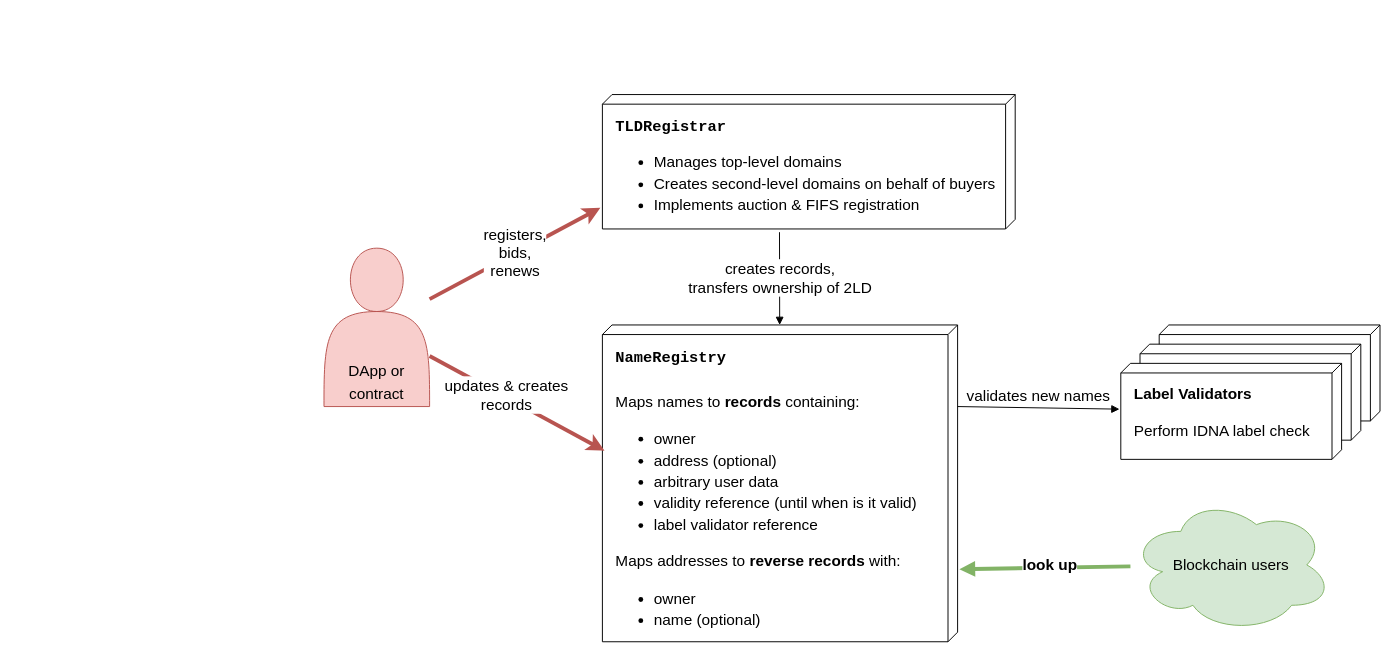
The draw.io diagram .gitbook/assets/smart_contracts.drawio in tezos-domains/docs, before the edit. Source tidied: cells renumbered, new cells numbered last; positions are measured from the earlier drawing's top-left corner, leaving out a move shared by most shapes. Both pictures are drawn from the tidied source at 96%, with x=0, y=0 at pixel (324, 94).
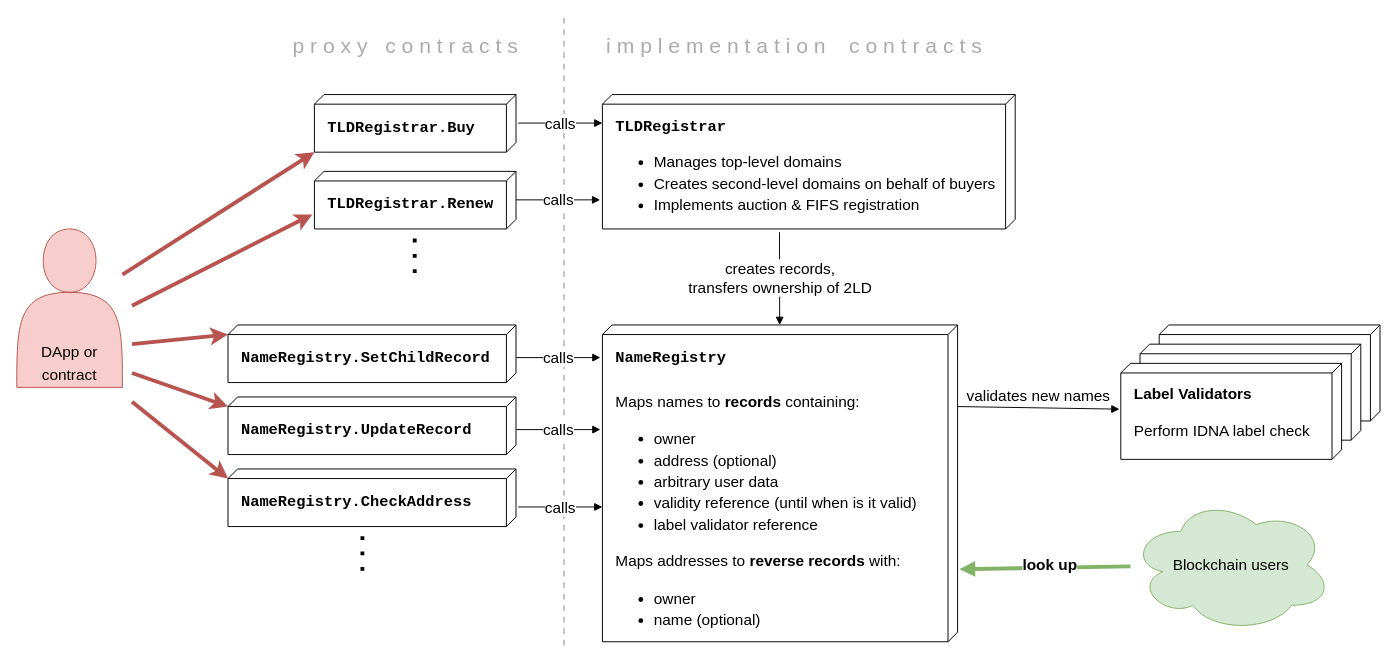
Above is the later version.

Unchanged cells that the change refers to:
```xml
<mxCell id="4" value="&lt;font style=&quot;line-height: 140%&quot;&gt;&lt;font face=&quot;Courier New&quot;&gt;&lt;b&gt;&lt;font style=&quot;font-size: 16px&quot;&gt;NameRegistry&lt;/font&gt;&lt;br style=&quot;font-size: 16px&quot;&gt;&lt;br style=&quot;font-size: 16px&quot;&gt;&lt;/b&gt;&lt;/font&gt;Maps names to &lt;b&gt;records&lt;/b&gt; containing:&lt;br&gt;&lt;ul style=&quot;font-size: 16px&quot;&gt;&lt;li&gt;&lt;font style=&quot;font-size: 16px&quot;&gt;owner&lt;/font&gt;&lt;/li&gt;&lt;li&gt;address (optional)&lt;/li&gt;&lt;li&gt;&lt;span&gt;arbitrary user data&lt;/span&gt;&lt;/li&gt;&lt;li&gt;&lt;span&gt;validity reference (until when is&amp;nbsp;&lt;/span&gt;it valid)&lt;/li&gt;&lt;li&gt;label validator reference&lt;/li&gt;&lt;/ul&gt;&lt;div&gt;Maps addresses to &lt;b&gt;reverse records&lt;/b&gt; with:&lt;br&gt;&lt;ul style=&quot;line-height: 22.4px&quot;&gt;&lt;li&gt;owner&lt;/li&gt;&lt;li&gt;name (optional)&lt;/li&gt;&lt;/ul&gt;&lt;/div&gt;&lt;/font&gt;" style="verticalAlign=top;align=left;spacingTop=16;spacingLeft=12;spacingRight=12;shape=cube;size=10;direction=south;fontStyle=0;html=1;fontSize=16;fontColor=#000000;whiteSpace=wrap;" parent="1" vertex="1">
  <mxGeometry x="290" y="240" width="370" height="330" as="geometry" />
</mxCell>
<mxCell id="7" value="&lt;font&gt;&lt;font style=&quot;font-weight: bold ; font-family: &amp;#34;courier new&amp;#34; ; font-size: 16px&quot;&gt;TLDRegistrar&lt;/font&gt;&lt;br style=&quot;font-size: 16px&quot;&gt;&lt;ul style=&quot;line-height: 140%&quot;&gt;&lt;li&gt;&lt;font&gt;Manages top-level domains&lt;/font&gt;&lt;/li&gt;&lt;li&gt;&lt;font&gt;Creates second-level domains on behalf of buyers&lt;/font&gt;&lt;/li&gt;&lt;li&gt;&lt;font&gt;Implements auction &amp;amp; FIFS registration&lt;/font&gt;&lt;/li&gt;&lt;/ul&gt;&lt;/font&gt;" style="verticalAlign=top;align=left;spacingTop=16;spacingLeft=12;spacingRight=12;shape=cube;size=10;direction=south;fontStyle=0;html=1;fontSize=16;fontColor=#000000;" parent="1" vertex="1">
  <mxGeometry x="290" width="430" height="140" as="geometry" />
</mxCell>
```

Diff of the diagram source:
```diff
@@
+    <mxCell id="14" style="endArrow=none;html=1;strokeWidth=2;fontSize=22;dashed=1;strokeColor=#C2C2C2;spacing=2;jumpSize=12;startSize=6;jumpStyle=none;endSize=6;targetPerimeterSpacing=0;" parent="1" edge="1">
+      <mxGeometry relative="1" as="geometry">
+        <mxPoint x="250" y="-80" as="sourcePoint" />
+        <mxPoint x="250" y="580" as="targetPoint" />
+      </mxGeometry>
+    </mxCell>
@@
-    <mxCell id="9" value="registers,&lt;br&gt;bids,&lt;br&gt;renews" style="rounded=0;jettySize=auto;html=1;entryX=0.843;entryY=1.005;entryDx=0;entryDy=0;entryPerimeter=0;fontSize=16;fillColor=#f8cecc;strokeColor=#b85450;strokeWidth=4;" parent="1" edge="1" source="10" target="7">
+    <mxCell id="9" style="rounded=0;jettySize=auto;html=1;fontSize=16;fillColor=#f8cecc;strokeColor=#b85450;strokeWidth=4;entryX=1;entryY=1;entryDx=0;entryDy=0;entryPerimeter=0;" parent="1" edge="1" source="10" target="25">
       <mxGeometry relative="1" as="geometry" />
     </mxCell>
     <mxCell id="10" value="&lt;font style=&quot;font-size: 20px&quot;&gt;&lt;span style=&quot;font-size: 16px&quot;&gt;DApp or contract&lt;/span&gt;&lt;/font&gt;" style="shape=actor;whiteSpace=wrap;html=1;fontSize=20;verticalAlign=bottom;fontStyle=0;fillColor=#f8cecc;strokeColor=#b85450;" parent="1" vertex="1">
-      <mxGeometry y="160" width="110" height="165" as="geometry" />
+      <mxGeometry x="-320" y="140" width="110" height="165" as="geometry" />
     </mxCell>
-    <mxCell id="11" value="updates &amp;amp; creates&lt;br&gt;records" style="rounded=0;jettySize=auto;html=1;entryX=0.397;entryY=0.994;entryDx=0;entryDy=0;entryPerimeter=0;fontSize=16;fillColor=#f8cecc;strokeColor=#b85450;strokeWidth=4;" parent="1" edge="1" source="10" target="4">
+    <mxCell id="11" style="rounded=0;jettySize=auto;html=1;entryX=0;entryY=0;entryDx=10;entryDy=300;entryPerimeter=0;fontSize=16;fillColor=#f8cecc;strokeColor=#b85450;strokeWidth=4;" parent="1" edge="1" target="15">
       <mxGeometry x="-0.14" y="2" relative="1" as="geometry">
+        <mxPoint x="-200" y="260" as="sourcePoint" />
         <mxPoint x="1" as="offset" />
       </mxGeometry>
     </mxCell>
@@
+    <mxCell id="15" value="&lt;font style=&quot;line-height: 140%&quot;&gt;&lt;font face=&quot;Courier New&quot;&gt;&lt;b&gt;&lt;font style=&quot;font-size: 16px&quot;&gt;NameRegistry.SetChildRecord&lt;/font&gt;&lt;/b&gt;&lt;/font&gt;&lt;/font&gt;" style="verticalAlign=top;align=left;spacingTop=16;spacingLeft=12;spacingRight=12;shape=cube;size=10;direction=south;fontStyle=0;html=1;fontSize=16;fontColor=#000000;whiteSpace=wrap;" parent="1" vertex="1">
+      <mxGeometry x="-100" y="240" width="300" height="60" as="geometry" />
+    </mxCell>
+    <mxCell id="16" value="calls" style="html=1;verticalAlign=middle;endArrow=block;fontSize=16;fontColor=#000000;strokeWidth=1;exitX=0.567;exitY=-0.001;exitDx=0;exitDy=0;exitPerimeter=0;" parent="1" edge="1" source="15">
+      <mxGeometry relative="1" as="geometry">
+        <mxPoint x="288" y="274" as="targetPoint" />
+      </mxGeometry>
+    </mxCell>
+    <mxCell id="17" value="&lt;font style=&quot;line-height: 140%&quot;&gt;&lt;font face=&quot;Courier New&quot;&gt;&lt;b&gt;&lt;font style=&quot;font-size: 16px&quot;&gt;NameRegistry.UpdateRecord&lt;/font&gt;&lt;/b&gt;&lt;/font&gt;&lt;/font&gt;" style="verticalAlign=top;align=left;spacingTop=16;spacingLeft=12;spacingRight=12;shape=cube;size=10;direction=south;fontStyle=0;html=1;fontSize=16;fontColor=#000000;whiteSpace=wrap;" parent="1" vertex="1">
+      <mxGeometry x="-100" y="315" width="300" height="60" as="geometry" />
+    </mxCell>
+    <mxCell id="18" value="calls" style="html=1;verticalAlign=middle;endArrow=block;fontSize=16;fontColor=#000000;strokeWidth=1;exitX=0.567;exitY=-0.001;exitDx=0;exitDy=0;exitPerimeter=0;" parent="1" edge="1" source="17">
+      <mxGeometry relative="1" as="geometry">
+        <mxPoint x="288" y="349" as="targetPoint" />
+      </mxGeometry>
+    </mxCell>
+    <mxCell id="19" style="endArrow=none;dashed=1;html=1;dashPattern=1 3;strokeWidth=4;" parent="1" edge="1">
+      <mxGeometry relative="1" as="geometry">
+        <mxPoint x="40" y="460" as="sourcePoint" />
+        <mxPoint x="40" y="500" as="targetPoint" />
+      </mxGeometry>
+    </mxCell>
+    <mxCell id="20" value="&lt;font style=&quot;line-height: 140%&quot;&gt;&lt;font face=&quot;Courier New&quot;&gt;&lt;b&gt;&lt;font style=&quot;font-size: 16px&quot;&gt;NameRegistry.CheckAddress&lt;/font&gt;&lt;/b&gt;&lt;/font&gt;&lt;/font&gt;" style="verticalAlign=top;align=left;spacingTop=16;spacingLeft=12;spacingRight=12;shape=cube;size=10;direction=south;fontStyle=0;html=1;fontSize=16;fontColor=#000000;whiteSpace=wrap;" parent="1" vertex="1">
+      <mxGeometry x="-100" y="390" width="300" height="60" as="geometry" />
+    </mxCell>
+    <mxCell id="21" value="calls" style="html=1;verticalAlign=middle;endArrow=block;fontSize=16;fontColor=#000000;strokeWidth=1;exitX=0.567;exitY=-0.001;exitDx=0;exitDy=0;exitPerimeter=0;" parent="1" edge="1">
+      <mxGeometry relative="1" as="geometry">
+        <mxPoint x="202.3" y="429.6" as="sourcePoint" />
+        <mxPoint x="290" y="429.6" as="targetPoint" />
+      </mxGeometry>
+    </mxCell>
+    <mxCell id="22" style="rounded=0;jettySize=auto;html=1;entryX=0;entryY=0;entryDx=10;entryDy=300;entryPerimeter=0;fontSize=16;fillColor=#f8cecc;strokeColor=#b85450;strokeWidth=4;" parent="1" edge="1" target="17">
+      <mxGeometry x="-0.14" y="2" relative="1" as="geometry">
+        <mxPoint x="-200" y="290" as="sourcePoint" />
+        <mxPoint x="1" as="offset" />
+      </mxGeometry>
+    </mxCell>
+    <mxCell id="23" style="rounded=0;jettySize=auto;html=1;entryX=0;entryY=0;entryDx=10;entryDy=300;entryPerimeter=0;fontSize=16;fillColor=#f8cecc;strokeColor=#b85450;strokeWidth=4;" parent="1" edge="1" target="20">
+      <mxGeometry x="-0.14" y="2" relative="1" as="geometry">
+        <mxPoint x="-200" y="320" as="sourcePoint" />
+        <mxPoint x="1" as="offset" />
+      </mxGeometry>
+    </mxCell>
+    <mxCell id="24" value="&lt;font style=&quot;line-height: 140%&quot;&gt;&lt;font face=&quot;Courier New&quot;&gt;&lt;b&gt;&lt;font style=&quot;font-size: 16px&quot;&gt;TLDRegistrar.Renew&lt;/font&gt;&lt;/b&gt;&lt;/font&gt;&lt;/font&gt;" style="verticalAlign=top;align=left;spacingTop=16;spacingLeft=12;spacingRight=12;shape=cube;size=10;direction=south;fontStyle=0;html=1;fontSize=16;fontColor=#000000;whiteSpace=wrap;" parent="1" vertex="1">
+      <mxGeometry x="-10" y="80" width="210" height="60" as="geometry" />
+    </mxCell>
+    <mxCell id="25" value="&lt;font style=&quot;line-height: 140%&quot;&gt;&lt;font face=&quot;Courier New&quot;&gt;&lt;b&gt;&lt;font style=&quot;font-size: 16px&quot;&gt;TLDRegistrar.Buy&lt;/font&gt;&lt;/b&gt;&lt;/font&gt;&lt;/font&gt;" style="verticalAlign=top;align=left;spacingTop=16;spacingLeft=12;spacingRight=12;shape=cube;size=10;direction=south;fontStyle=0;html=1;fontSize=16;fontColor=#000000;whiteSpace=wrap;" parent="1" vertex="1">
+      <mxGeometry x="-10" width="210" height="60" as="geometry" />
+    </mxCell>
+    <mxCell id="26" style="rounded=0;jettySize=auto;html=1;fontSize=16;fillColor=#f8cecc;strokeColor=#b85450;strokeWidth=4;entryX=0.747;entryY=1.01;entryDx=0;entryDy=0;entryPerimeter=0;" parent="1" edge="1" target="24">
+      <mxGeometry relative="1" as="geometry">
+        <mxPoint x="-200" y="220" as="sourcePoint" />
+      </mxGeometry>
+    </mxCell>
+    <mxCell id="27" style="endArrow=none;dashed=1;html=1;dashPattern=1 3;strokeWidth=4;" parent="1" edge="1">
+      <mxGeometry relative="1" as="geometry">
+        <mxPoint x="94.5" y="150" as="sourcePoint" />
+        <mxPoint x="94.5" y="190" as="targetPoint" />
+      </mxGeometry>
+    </mxCell>
+    <mxCell id="28" value="calls" style="html=1;verticalAlign=middle;endArrow=block;fontSize=16;fontColor=#000000;strokeWidth=1;exitX=0.567;exitY=-0.001;exitDx=0;exitDy=0;exitPerimeter=0;" parent="1" edge="1">
+      <mxGeometry relative="1" as="geometry">
+        <mxPoint x="202.3" y="29.7" as="sourcePoint" />
+        <mxPoint x="290" y="29.7" as="targetPoint" />
+      </mxGeometry>
+    </mxCell>
+    <mxCell id="29" value="calls" style="html=1;verticalAlign=middle;endArrow=block;fontSize=16;fontColor=#000000;strokeWidth=1;exitX=0.567;exitY=-0.001;exitDx=0;exitDy=0;exitPerimeter=0;" parent="1" edge="1">
+      <mxGeometry relative="1" as="geometry">
+        <mxPoint x="200" y="109.7" as="sourcePoint" />
+        <mxPoint x="287.7" y="109.7" as="targetPoint" />
+      </mxGeometry>
+    </mxCell>
+    <mxCell id="30" value="p r o x y&amp;nbsp; &amp;nbsp;c o n t r a c t s" style="text;html=1;strokeColor=none;fillColor=none;align=center;verticalAlign=middle;whiteSpace=wrap;rounded=0;fontSize=22;spacing=2;fontColor=#ABABAB;" parent="1" vertex="1">
+      <mxGeometry x="-80" y="-60" width="330" height="20" as="geometry" />
+    </mxCell>
+    <mxCell id="31" value="i m p l e m e n t a t i o n&amp;nbsp; &amp;nbsp; c o n t r a c t s" style="text;html=1;strokeColor=none;fillColor=none;align=center;verticalAlign=middle;whiteSpace=wrap;rounded=0;fontSize=22;spacing=2;fontColor=#ABABAB;" parent="1" vertex="1">
+      <mxGeometry x="260" y="-60" width="460" height="20" as="geometry" />
+    </mxCell>
```
